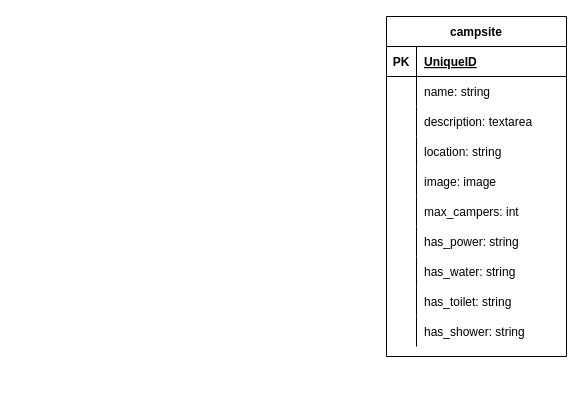
Above: Camp Hackathon.drawio in bronwyncarr/camp-hackathon (draw.io), before the change. Source tidied: cells renumbered, new cells numbered last; positions are measured from the earlier drawing's top-left corner, leaving out a move shared by most shapes. Both pictures are drawn from the tidied source at 100%, with x=0, y=0 at pixel (386, 16).
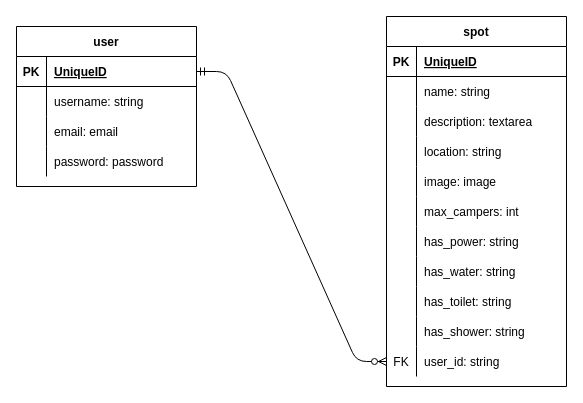
After the change.

Diff of the diagram source:
```diff
@@
-    <mxCell id="2" value="campsite" style="shape=table;startSize=30;childLayout=tableLayout;rowLines=0;fontStyle=1;align=center;" parent="1" vertex="1">
-      <mxGeometry width="180" height="340" as="geometry" />
+    <mxCell id="2" value="spot" style="shape=table;startSize=30;childLayout=tableLayout;rowLines=0;fontStyle=1;align=center;" parent="1" vertex="1">
+      <mxGeometry width="180" height="370" as="geometry" />
     </mxCell>
@@
+    <mxCell id="33" style="shape=partialRectangle;fillColor=none;top=0;left=0;bottom=0;right=0;points=[[0,0.5],[1,0.5]];portConstraint=eastwest;" parent="2" vertex="1">
+      <mxGeometry y="330" width="180" height="30" as="geometry" />
+    </mxCell>
+    <mxCell id="34" value="FK" style="shape=partialRectangle;fillColor=none;top=0;left=0;bottom=0;right=0;overflow=hidden;" parent="33" vertex="1">
+      <mxGeometry width="30" height="30" as="geometry" />
+    </mxCell>
+    <mxCell id="35" value="user_id: string" style="shape=partialRectangle;fillColor=none;top=0;left=0;bottom=0;right=0;align=left;spacingLeft=6;overflow=hidden;" parent="33" vertex="1">
+      <mxGeometry x="30" width="150" height="30" as="geometry" />
+    </mxCell>
+    <mxCell id="36" value="user" style="shape=table;startSize=30;childLayout=tableLayout;rowLines=0;fontStyle=1;align=center;" parent="1" vertex="1">
+      <mxGeometry x="-370" y="10" width="180" height="160" as="geometry" />
+    </mxCell>
+    <mxCell id="37" style="shape=partialRectangle;fillColor=none;top=0;left=0;bottom=1;right=0;points=[[0,0.5],[1,0.5]];portConstraint=eastwest;" parent="36" vertex="1">
+      <mxGeometry y="30" width="180" height="30" as="geometry" />
+    </mxCell>
+    <mxCell id="38" value="PK" style="shape=partialRectangle;fillColor=none;top=0;left=0;bottom=0;right=0;fontStyle=1;overflow=hidden;" parent="37" vertex="1">
+      <mxGeometry width="30" height="30" as="geometry" />
+    </mxCell>
+    <mxCell id="39" value="UniqueID" style="shape=partialRectangle;fillColor=none;top=0;left=0;bottom=0;right=0;align=left;spacingLeft=6;fontStyle=5;overflow=hidden;" parent="37" vertex="1">
+      <mxGeometry x="30" width="150" height="30" as="geometry" />
+    </mxCell>
+    <mxCell id="40" style="shape=partialRectangle;fillColor=none;top=0;left=0;bottom=0;right=0;" parent="36" vertex="1">
+      <mxGeometry y="60" width="180" height="30" as="geometry" />
+    </mxCell>
+    <mxCell id="41" style="shape=partialRectangle;fillColor=none;top=0;left=0;bottom=0;right=0;overflow=hidden;" parent="40" vertex="1">
+      <mxGeometry width="30" height="30" as="geometry" />
+    </mxCell>
+    <mxCell id="42" value="username: string" style="shape=partialRectangle;fillColor=none;top=0;left=0;bottom=0;right=0;align=left;spacingLeft=6;overflow=hidden;" parent="40" vertex="1">
+      <mxGeometry x="30" width="150" height="30" as="geometry" />
+    </mxCell>
+    <mxCell id="43" style="shape=partialRectangle;fillColor=none;top=0;left=0;bottom=0;right=0;" parent="36" vertex="1">
+      <mxGeometry y="90" width="180" height="30" as="geometry" />
+    </mxCell>
+    <mxCell id="44" style="shape=partialRectangle;fillColor=none;top=0;left=0;bottom=0;right=0;overflow=hidden;" parent="43" vertex="1">
+      <mxGeometry width="30" height="30" as="geometry" />
+    </mxCell>
+    <mxCell id="45" value="email: email" style="shape=partialRectangle;fillColor=none;top=0;left=0;bottom=0;right=0;align=left;spacingLeft=6;overflow=hidden;" parent="43" vertex="1">
+      <mxGeometry x="30" width="150" height="30" as="geometry" />
+    </mxCell>
+    <mxCell id="46" style="shape=partialRectangle;fillColor=none;top=0;left=0;bottom=0;right=0;" parent="36" vertex="1">
+      <mxGeometry y="120" width="180" height="30" as="geometry" />
+    </mxCell>
+    <mxCell id="47" style="shape=partialRectangle;fillColor=none;top=0;left=0;bottom=0;right=0;overflow=hidden;" parent="46" vertex="1">
+      <mxGeometry width="30" height="30" as="geometry" />
+    </mxCell>
+    <mxCell id="48" value="password: password" style="shape=partialRectangle;fillColor=none;top=0;left=0;bottom=0;right=0;align=left;spacingLeft=6;overflow=hidden;" parent="46" vertex="1">
+      <mxGeometry x="30" width="150" height="30" as="geometry" />
+    </mxCell>
+    <mxCell id="49" style="edgeStyle=entityRelationEdgeStyle;fontSize=12;html=1;endArrow=ERzeroToMany;startArrow=ERmandOne;exitX=1;exitY=0.5;exitDx=0;exitDy=0;entryX=0;entryY=0.5;entryDx=0;entryDy=0;" parent="1" edge="1" source="37" target="33">
+      <mxGeometry relative="1" as="geometry" />
+    </mxCell>
```
